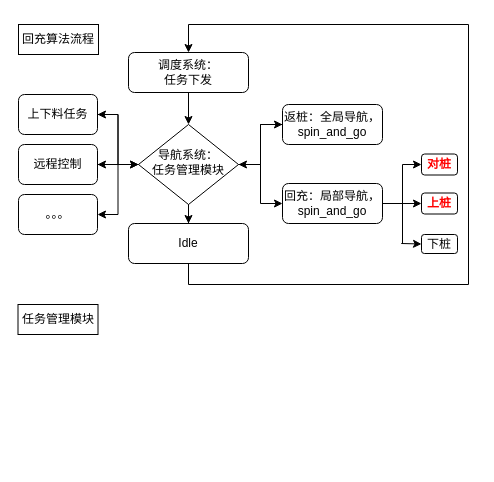
The draw.io diagram 未命名绘图.drawio in hitytqsz/learngit, before the edit. Source tidied: cells renumbered, new cells numbered last; positions are measured from the earlier drawing's top-left corner, leaving out a move shared by most shapes. Both pictures are drawn from the tidied source at 100%, with x=0, y=0 at pixel (18, 24).
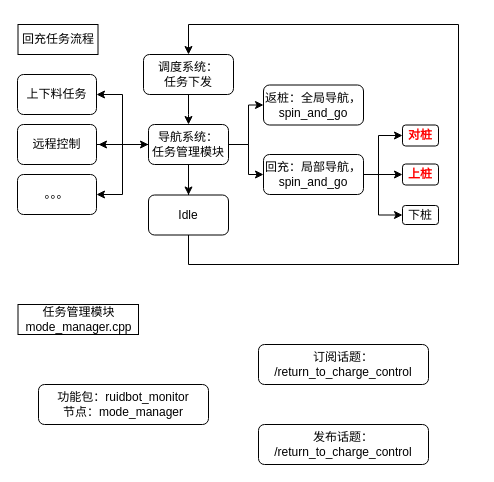
The same page after the edit.

What changed in the source:
```diff
@@
-    <mxCell id="2" style="edgeStyle=orthogonalEdgeStyle;rounded=0;jettySize=auto;html=1;entryX=0.5;entryY=0;entryDx=0;entryDy=0;" parent="1" edge="1" source="3" target="9">
-      <mxGeometry relative="1" as="geometry" />
+    <mxCell id="2" style="edgeStyle=orthogonalEdgeStyle;rounded=0;jettySize=auto;html=1;entryX=0.5;entryY=0;entryDx=0;entryDy=0;" parent="1" edge="1" source="3">
+      <mxGeometry relative="1" as="geometry">
+        <mxPoint x="170" y="100" as="targetPoint" />
+      </mxGeometry>
     </mxCell>
     <mxCell id="3" value="调度系统：&lt;div&gt;任务下发&lt;/div&gt;" style="rounded=1;whiteSpace=wrap;html=1;fontSize=12;glass=0;strokeWidth=1;shadow=0;" parent="1" vertex="1">
-      <mxGeometry x="110" y="28" width="120" height="40" as="geometry" />
+      <mxGeometry x="125" y="30" width="90" height="40" as="geometry" />
     </mxCell>
-    <mxCell id="4" style="edgeStyle=orthogonalEdgeStyle;rounded=0;jettySize=auto;html=1;entryX=0;entryY=0.5;entryDx=0;entryDy=0;" parent="1" edge="1" source="9" target="11">
-      <mxGeometry relative="1" as="geometry" />
-    </mxCell>
-    <mxCell id="5" style="edgeStyle=orthogonalEdgeStyle;rounded=0;jettySize=auto;html=1;entryX=1;entryY=0.5;entryDx=0;entryDy=0;" parent="1" edge="1" source="9" target="20">
+    <mxCell id="5" style="edgeStyle=orthogonalEdgeStyle;rounded=0;jettySize=auto;html=1;entryX=1;entryY=0.5;entryDx=0;entryDy=0;exitX=0;exitY=0.5;exitDx=0;exitDy=0;" parent="1" edge="1" source="9" target="20">
       <mxGeometry relative="1" as="geometry" />
     </mxCell>
-    <mxCell id="6" style="edgeStyle=orthogonalEdgeStyle;rounded=0;jettySize=auto;html=1;entryX=1;entryY=0.5;entryDx=0;entryDy=0;" parent="1" edge="1" source="9" target="18">
-      <mxGeometry relative="1" as="geometry" />
-    </mxCell>
-    <mxCell id="7" style="edgeStyle=orthogonalEdgeStyle;rounded=0;jettySize=auto;html=1;entryX=0.5;entryY=0;entryDx=0;entryDy=0;" parent="1" edge="1" source="9" target="13">
-      <mxGeometry relative="1" as="geometry" />
+    <mxCell id="7" style="edgeStyle=orthogonalEdgeStyle;rounded=0;jettySize=auto;html=1;entryX=0.5;entryY=0;entryDx=0;entryDy=0;" parent="1" edge="1" target="13">
+      <mxGeometry relative="1" as="geometry">
+        <mxPoint x="170" y="180" as="sourcePoint" />
+        <Array as="points">
+          <mxPoint x="170" y="140" />
+          <mxPoint x="170" y="140" />
+        </Array>
+      </mxGeometry>
     </mxCell>
-    <mxCell id="8" style="edgeStyle=orthogonalEdgeStyle;rounded=0;jettySize=auto;html=1;entryX=1;entryY=0.5;entryDx=0;entryDy=0;" parent="1" edge="1" source="9" target="26">
-      <mxGeometry relative="1" as="geometry" />
-    </mxCell>
-    <mxCell id="9" value="导航系统：&lt;div&gt;任务管理模块&lt;/div&gt;" style="rhombus;whiteSpace=wrap;html=1;shadow=0;fontFamily=Helvetica;fontSize=12;align=center;strokeWidth=1;spacing=6;spacingTop=-4;" parent="1" vertex="1">
-      <mxGeometry x="120" y="100" width="100" height="80" as="geometry" />
-    </mxCell>
-    <mxCell id="10" style="edgeStyle=orthogonalEdgeStyle;rounded=0;jettySize=auto;html=1;entryX=1;entryY=0.5;entryDx=0;entryDy=0;" parent="1" edge="1" source="11" target="9">
-      <mxGeometry relative="1" as="geometry" />
-    </mxCell>
     <mxCell id="11" value="返桩：全局导航，&lt;div&gt;spin_and_go&lt;/div&gt;" style="rounded=1;whiteSpace=wrap;html=1;fontSize=12;glass=0;strokeWidth=1;shadow=0;" parent="1" vertex="1">
-      <mxGeometry x="264" y="80" width="100" height="40" as="geometry" />
+      <mxGeometry x="245" y="60.5" width="100" height="40" as="geometry" />
     </mxCell>
     <mxCell id="12" style="edgeStyle=orthogonalEdgeStyle;rounded=0;jettySize=auto;html=1;entryX=0.5;entryY=0;entryDx=0;entryDy=0;" parent="1" edge="1" source="13" target="3">
       <mxGeometry relative="1" as="geometry">
         <Array as="points">
-          <mxPoint x="170" y="260" />
-          <mxPoint x="450" y="260" />
-          <mxPoint x="450" />
+          <mxPoint x="170" y="240" />
+          <mxPoint x="440" y="240" />
+          <mxPoint x="440" />
           <mxPoint x="170" />
         </Array>
       </mxGeometry>
     </mxCell>
     <mxCell id="13" value="Idle" style="rounded=1;whiteSpace=wrap;html=1;fontSize=12;glass=0;strokeWidth=1;shadow=0;" parent="1" vertex="1">
-      <mxGeometry x="110" y="199" width="120" height="40" as="geometry" />
+      <mxGeometry x="130" y="170.5" width="80" height="40" as="geometry" />
     </mxCell>
     <mxCell id="14" value="下桩" style="rounded=1;whiteSpace=wrap;html=1;fontSize=12;glass=0;strokeWidth=1;shadow=0;" parent="1" vertex="1">
-      <mxGeometry x="403" y="210" width="36" height="19" as="geometry" />
+      <mxGeometry x="384" y="181" width="36" height="19" as="geometry" />
     </mxCell>
     <mxCell id="15" value="&lt;b&gt;&lt;font color=&quot;#ff0000&quot;&gt;对桩&lt;/font&gt;&lt;/b&gt;" style="rounded=1;whiteSpace=wrap;html=1;fontSize=12;glass=0;strokeWidth=1;shadow=0;" parent="1" vertex="1">
-      <mxGeometry x="403" y="129.5" width="36" height="21" as="geometry" />
+      <mxGeometry x="384" y="100.5" width="36" height="21" as="geometry" />
     </mxCell>
     <mxCell id="16" value="&lt;font color=&quot;#ff0000&quot;&gt;&lt;b&gt;上桩&lt;/b&gt;&lt;/font&gt;" style="rounded=1;whiteSpace=wrap;html=1;fontSize=12;glass=0;strokeWidth=1;shadow=0;" parent="1" vertex="1">
-      <mxGeometry x="403" y="168.5" width="36" height="21" as="geometry" />
+      <mxGeometry x="384" y="139.5" width="36" height="21" as="geometry" />
     </mxCell>
@@
     <mxCell id="18" value="远程控制" style="rounded=1;whiteSpace=wrap;html=1;fontSize=12;glass=0;strokeWidth=1;shadow=0;" parent="1" vertex="1">
-      <mxGeometry y="120" width="79" height="40" as="geometry" />
+      <mxGeometry x="-1" y="100" width="79" height="40" as="geometry" />
     </mxCell>
-    <mxCell id="19" style="edgeStyle=orthogonalEdgeStyle;rounded=0;jettySize=auto;html=1;entryX=0;entryY=0.5;entryDx=0;entryDy=0;" parent="1" edge="1" source="20" target="9">
-      <mxGeometry relative="1" as="geometry" />
-    </mxCell>
     <mxCell id="20" value="上下料任务" style="rounded=1;whiteSpace=wrap;html=1;fontSize=12;glass=0;strokeWidth=1;shadow=0;" parent="1" vertex="1">
-      <mxGeometry y="70" width="79" height="40" as="geometry" />
+      <mxGeometry x="-1" y="50" width="79" height="40" as="geometry" />
     </mxCell>
-    <mxCell id="21" style="edgeStyle=orthogonalEdgeStyle;rounded=0;jettySize=auto;html=1;entryX=0;entryY=0.5;entryDx=0;entryDy=0;" parent="1" edge="1" source="9" target="25">
+    <mxCell id="21" style="edgeStyle=orthogonalEdgeStyle;rounded=0;jettySize=auto;html=1;entryX=0;entryY=0.5;entryDx=0;entryDy=0;exitX=1;exitY=0.5;exitDx=0;exitDy=0;" parent="1" edge="1" source="9" target="25">
       <mxGeometry relative="1" as="geometry" />
     </mxCell>
@@
     <mxCell id="23" style="edgeStyle=orthogonalEdgeStyle;rounded=0;jettySize=auto;html=1;entryX=0;entryY=0.5;entryDx=0;entryDy=0;" parent="1" edge="1" source="25" target="15">
-      <mxGeometry relative="1" as="geometry" />
+      <mxGeometry relative="1" as="geometry">
+        <Array as="points">
+          <mxPoint x="360" y="150" />
+          <mxPoint x="360" y="111" />
+        </Array>
+      </mxGeometry>
     </mxCell>
     <mxCell id="24" style="edgeStyle=orthogonalEdgeStyle;rounded=0;jettySize=auto;html=1;entryX=0;entryY=0.5;entryDx=0;entryDy=0;" parent="1" edge="1" source="25" target="14">
-      <mxGeometry relative="1" as="geometry" />
+      <mxGeometry relative="1" as="geometry">
+        <Array as="points">
+          <mxPoint x="360" y="150" />
+          <mxPoint x="360" y="190" />
+        </Array>
+      </mxGeometry>
     </mxCell>
     <mxCell id="25" value="回充：局部导航，&lt;div&gt;spin_and_go&lt;/div&gt;" style="rounded=1;whiteSpace=wrap;html=1;fontSize=12;glass=0;strokeWidth=1;shadow=0;" parent="1" vertex="1">
-      <mxGeometry x="264" y="159" width="100" height="40" as="geometry" />
+      <mxGeometry x="245" y="130" width="100" height="40" as="geometry" />
     </mxCell>
     <mxCell id="26" value="。。。" style="rounded=1;whiteSpace=wrap;html=1;fontSize=12;glass=0;strokeWidth=1;shadow=0;" parent="1" vertex="1">
-      <mxGeometry y="170" width="79" height="40" as="geometry" />
+      <mxGeometry x="-1" y="150" width="79" height="40" as="geometry" />
     </mxCell>
-    <mxCell id="27" value="回充算法流程" style="rounded=0;whiteSpace=wrap;html=1;" parent="1" vertex="1">
-      <mxGeometry width="80" height="30" as="geometry" />
+    <mxCell id="27" value="回充任务流程" style="rounded=0;whiteSpace=wrap;html=1;" parent="1" vertex="1">
+      <mxGeometry x="-0.5" width="80" height="30" as="geometry" />
     </mxCell>
-    <mxCell id="28" value="任务管理模块" style="rounded=0;whiteSpace=wrap;html=1;" parent="1" vertex="1">
-      <mxGeometry x="-0.5" y="280" width="80" height="30" as="geometry" />
+    <mxCell id="28" value="任务管理模块&lt;div&gt;mode_manager.cpp&lt;/div&gt;" style="rounded=0;whiteSpace=wrap;html=1;" parent="1" vertex="1">
+      <mxGeometry x="-0.5" y="280" width="120.5" height="30" as="geometry" />
     </mxCell>
+    <mxCell id="4" style="edgeStyle=orthogonalEdgeStyle;rounded=0;jettySize=auto;html=1;entryX=0;entryY=0.5;entryDx=0;entryDy=0;" parent="1" edge="1" source="9" target="11">
+      <mxGeometry relative="1" as="geometry">
+        <Array as="points">
+          <mxPoint x="230" y="120" />
+          <mxPoint x="230" y="81" />
+        </Array>
+      </mxGeometry>
+    </mxCell>
+    <mxCell id="29" style="edgeStyle=orthogonalEdgeStyle;rounded=0;jettySize=auto;html=1;" parent="1" edge="1" source="9">
+      <mxGeometry relative="1" as="geometry">
+        <mxPoint x="80" y="120" as="targetPoint" />
+      </mxGeometry>
+    </mxCell>
+    <mxCell id="8" style="edgeStyle=orthogonalEdgeStyle;rounded=0;jettySize=auto;html=1;entryX=1;entryY=0.5;entryDx=0;entryDy=0;" parent="1" edge="1" source="9" target="26">
+      <mxGeometry relative="1" as="geometry" />
+    </mxCell>
+    <mxCell id="9" value="导航系统：&lt;div&gt;任务管理模块&lt;/div&gt;" style="rounded=1;whiteSpace=wrap;html=1;fontSize=12;glass=0;strokeWidth=1;shadow=0;" parent="1" vertex="1">
+      <mxGeometry x="130" y="100" width="80" height="40" as="geometry" />
+    </mxCell>
+    <mxCell id="30" value="订阅话题：&lt;div&gt;/return_to_charge_control&lt;/div&gt;" style="rounded=1;whiteSpace=wrap;html=1;fontSize=12;glass=0;strokeWidth=1;shadow=0;" parent="1" vertex="1">
+      <mxGeometry x="240" y="320" width="170" height="40" as="geometry" />
+    </mxCell>
+    <mxCell id="31" value="发布话题：&lt;div&gt;/return_to_charge_control&lt;/div&gt;" style="rounded=1;whiteSpace=wrap;html=1;fontSize=12;glass=0;strokeWidth=1;shadow=0;" parent="1" vertex="1">
+      <mxGeometry x="240" y="400" width="170" height="40" as="geometry" />
+    </mxCell>
+    <mxCell id="32" value="&lt;div&gt;功能包：ruidbot_monitor&lt;/div&gt;节点：mode_manager" style="rounded=1;whiteSpace=wrap;html=1;fontSize=12;glass=0;strokeWidth=1;shadow=0;" parent="1" vertex="1">
+      <mxGeometry x="20" y="360" width="170" height="40" as="geometry" />
+    </mxCell>
```
